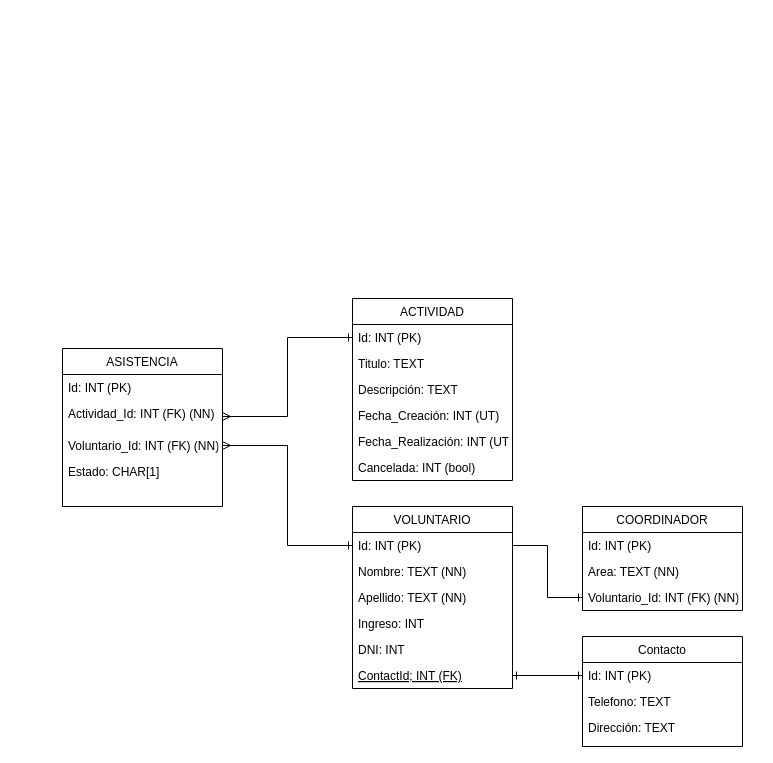
Earlier version of the draw.io diagram dragrama-fisico.drawio (DDamianoff/Scavenger-Oversight). Source tidied: cells renumbered, new cells numbered last; positions are measured from the earlier drawing's top-left corner, leaving out a move shared by most shapes. Both pictures are drawn from the tidied source at 100%, with x=0, y=0 at pixel (62, 298).
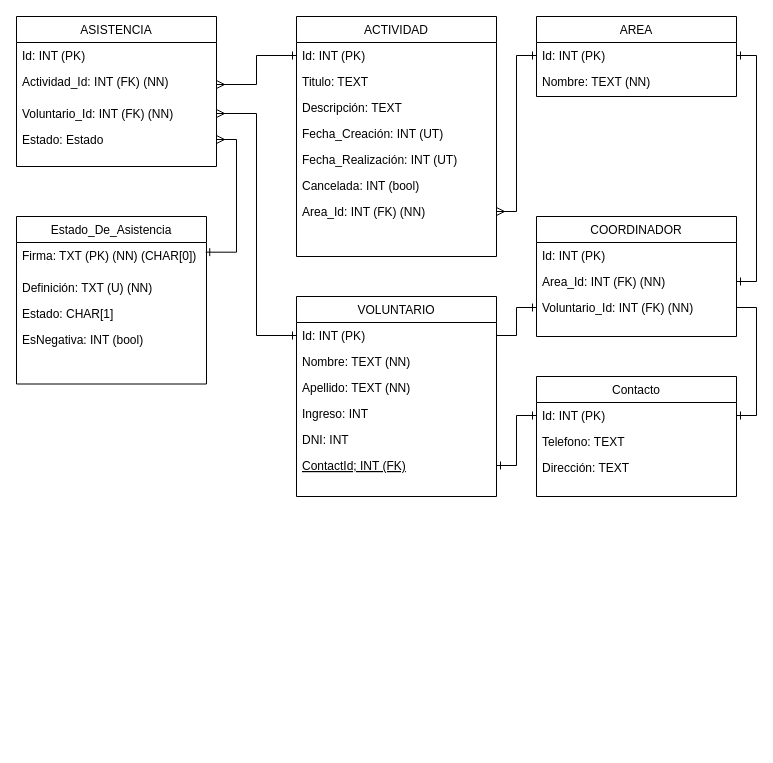
After the change.

Commit message:
Normalizacion y otros en dragrama-fisico.drawio

Change to the diagram source:
```diff
@@
     <mxCell id="2" value="VOLUNTARIO" style="swimlane;fontStyle=0;align=center;verticalAlign=top;horizontal=1;startSize=26;rounded=0;shadow=0;strokeWidth=1;" parent="1" vertex="1">
-      <mxGeometry x="290" y="208" width="160" height="182" as="geometry" />
+      <mxGeometry x="234" y="-2" width="200" height="200" as="geometry" />
     </mxCell>
     <mxCell id="3" value="Id: INT (PK)" style="text;align=left;verticalAlign=top;spacingLeft=4;spacingRight=4;overflow=hidden;points=[[0,0.5],[1,0.5]];portConstraint=eastwest;" parent="2" vertex="1">
-      <mxGeometry y="26" width="160" height="26" as="geometry" />
+      <mxGeometry y="26" width="200" height="26" as="geometry" />
     </mxCell>
     <mxCell id="4" value="Nombre: TEXT (NN)" style="text;align=left;verticalAlign=top;spacingLeft=4;spacingRight=4;overflow=hidden;rounded=0;shadow=0;html=0;" parent="2" vertex="1">
-      <mxGeometry y="52" width="160" height="26" as="geometry" />
+      <mxGeometry y="52" width="200" height="26" as="geometry" />
     </mxCell>
     <mxCell id="5" value="Apellido: TEXT (NN)&#10;" style="text;align=left;verticalAlign=top;spacingLeft=4;spacingRight=4;overflow=hidden;rounded=0;shadow=0;html=0;" parent="2" vertex="1">
-      <mxGeometry y="78" width="160" height="26" as="geometry" />
+      <mxGeometry y="78" width="200" height="26" as="geometry" />
     </mxCell>
     <mxCell id="6" value="Ingreso: INT&#10;" style="text;align=left;verticalAlign=top;spacingLeft=4;spacingRight=4;overflow=hidden;rounded=0;shadow=0;html=0;" parent="2" vertex="1">
-      <mxGeometry y="104" width="160" height="26" as="geometry" />
+      <mxGeometry y="104" width="200" height="26" as="geometry" />
     </mxCell>
     <mxCell id="7" value="DNI: INT&#10;" style="text;align=left;verticalAlign=top;spacingLeft=4;spacingRight=4;overflow=hidden;rounded=0;shadow=0;html=0;" parent="2" vertex="1">
-      <mxGeometry y="130" width="160" height="26" as="geometry" />
+      <mxGeometry y="130" width="200" height="26" as="geometry" />
     </mxCell>
     <mxCell id="8" value="ContactId; INT (FK)" style="text;align=left;verticalAlign=top;spacingLeft=4;spacingRight=4;overflow=hidden;points=[[0,0.5],[1,0.5]];portConstraint=eastwest;fontStyle=4;" parent="2" vertex="1">
-      <mxGeometry y="156" width="160" height="26" as="geometry" />
+      <mxGeometry y="156" width="200" height="26" as="geometry" />
     </mxCell>
     <mxCell id="9" value="Contacto" style="swimlane;fontStyle=0;align=center;verticalAlign=top;horizontal=1;startSize=26;rounded=0;shadow=0;strokeWidth=1;" parent="1" vertex="1">
-      <mxGeometry x="520" y="338" width="160" height="110" as="geometry" />
+      <mxGeometry x="474" y="78" width="200" height="120" as="geometry" />
     </mxCell>
     <mxCell id="10" value="Id: INT (PK)" style="text;align=left;verticalAlign=top;spacingLeft=4;spacingRight=4;overflow=hidden;points=[[0,0.5],[1,0.5]];portConstraint=eastwest;" parent="9" vertex="1">
-      <mxGeometry y="26" width="160" height="26" as="geometry" />
+      <mxGeometry y="26" width="200" height="26" as="geometry" />
     </mxCell>
     <mxCell id="11" value="Telefono: TEXT " style="text;align=left;verticalAlign=top;spacingLeft=4;spacingRight=4;overflow=hidden;rounded=0;shadow=0;html=0;" parent="9" vertex="1">
-      <mxGeometry y="52" width="160" height="26" as="geometry" />
+      <mxGeometry y="52" width="200" height="26" as="geometry" />
     </mxCell>
     <mxCell id="12" value="Dirección: TEXT&#10;" style="text;align=left;verticalAlign=top;spacingLeft=4;spacingRight=4;overflow=hidden;rounded=0;shadow=0;html=0;" parent="9" vertex="1">
-      <mxGeometry y="78" width="160" height="26" as="geometry" />
+      <mxGeometry y="78" width="200" height="26" as="geometry" />
     </mxCell>
@@
     <mxCell id="14" value="ACTIVIDAD" style="swimlane;fontStyle=0;align=center;verticalAlign=top;horizontal=1;startSize=26;rounded=0;shadow=0;strokeWidth=1;" parent="1" vertex="1">
-      <mxGeometry x="290" width="160" height="182" as="geometry" />
+      <mxGeometry x="234" y="-282" width="200" height="240" as="geometry" />
     </mxCell>
     <mxCell id="15" value="Id: INT (PK)" style="text;align=left;verticalAlign=top;spacingLeft=4;spacingRight=4;overflow=hidden;points=[[0,0.5],[1,0.5]];portConstraint=eastwest;" parent="14" vertex="1">
-      <mxGeometry y="26" width="160" height="26" as="geometry" />
+      <mxGeometry y="26" width="200" height="26" as="geometry" />
     </mxCell>
     <mxCell id="16" value="Titulo: TEXT " style="text;align=left;verticalAlign=top;spacingLeft=4;spacingRight=4;overflow=hidden;" parent="14" vertex="1">
-      <mxGeometry y="52" width="160" height="26" as="geometry" />
+      <mxGeometry y="52" width="200" height="26" as="geometry" />
     </mxCell>
     <mxCell id="17" value="Descripción: TEXT " style="text;align=left;verticalAlign=top;spacingLeft=4;spacingRight=4;overflow=hidden;" parent="14" vertex="1">
-      <mxGeometry y="78" width="160" height="26" as="geometry" />
+      <mxGeometry y="78" width="200" height="26" as="geometry" />
     </mxCell>
     <mxCell id="18" value="Fecha_Creación: INT (UT)" style="text;align=left;verticalAlign=top;spacingLeft=4;spacingRight=4;overflow=hidden;" parent="14" vertex="1">
-      <mxGeometry y="104" width="160" height="26" as="geometry" />
+      <mxGeometry y="104" width="200" height="26" as="geometry" />
     </mxCell>
     <mxCell id="19" value="Fecha_Realización: INT (UT)" style="text;align=left;verticalAlign=top;spacingLeft=4;spacingRight=4;overflow=hidden;" parent="14" vertex="1">
-      <mxGeometry y="130" width="160" height="26" as="geometry" />
+      <mxGeometry y="130" width="200" height="26" as="geometry" />
     </mxCell>
     <mxCell id="20" value="Cancelada: INT (bool) " style="text;align=left;verticalAlign=top;spacingLeft=4;spacingRight=4;overflow=hidden;" parent="14" vertex="1">
-      <mxGeometry y="156" width="160" height="26" as="geometry" />
+      <mxGeometry y="156" width="200" height="26" as="geometry" />
     </mxCell>
+    <mxCell id="33" value="Area_Id: INT (FK) (NN) " style="text;align=left;verticalAlign=top;spacingLeft=4;spacingRight=4;overflow=hidden;points=[[0,0.5],[1,0.5]];portConstraint=eastwest;" parent="14" vertex="1">
+      <mxGeometry y="182" width="200" height="26" as="geometry" />
+    </mxCell>
     <mxCell id="21" value="ASISTENCIA" style="swimlane;fontStyle=0;align=center;verticalAlign=top;horizontal=1;startSize=26;rounded=0;shadow=0;strokeWidth=1;" parent="1" vertex="1">
-      <mxGeometry y="50" width="160" height="158" as="geometry" />
+      <mxGeometry x="-46" y="-282" width="200" height="150" as="geometry" />
     </mxCell>
     <mxCell id="22" value="Id: INT (PK)" style="text;align=left;verticalAlign=top;spacingLeft=4;spacingRight=4;overflow=hidden;" parent="21" vertex="1">
-      <mxGeometry y="26" width="160" height="26" as="geometry" />
+      <mxGeometry y="26" width="200" height="26" as="geometry" />
     </mxCell>
     <mxCell id="23" value="Actividad_Id: INT (FK) (NN)" style="text;align=left;verticalAlign=top;spacingLeft=4;spacingRight=4;overflow=hidden;points=[[0,0.5],[1,0.5]];portConstraint=eastwest;" parent="21" vertex="1">
-      <mxGeometry y="52" width="160" height="32" as="geometry" />
+      <mxGeometry y="52" width="200" height="32" as="geometry" />
     </mxCell>
     <mxCell id="24" value="Voluntario_Id: INT (FK) (NN)" style="text;align=left;verticalAlign=top;spacingLeft=4;spacingRight=4;overflow=hidden;points=[[0,0.5],[1,0.5]];portConstraint=eastwest;" parent="21" vertex="1">
-      <mxGeometry y="84" width="160" height="26" as="geometry" />
+      <mxGeometry y="84" width="200" height="26" as="geometry" />
     </mxCell>
-    <mxCell id="25" value="Estado: CHAR[1]" style="text;align=left;verticalAlign=top;spacingLeft=4;spacingRight=4;overflow=hidden;points=[[0,0.5],[1,0.5]];portConstraint=eastwest;" parent="21" vertex="1">
-      <mxGeometry y="110" width="160" height="26" as="geometry" />
+    <mxCell id="25" value="Estado: Estado" style="text;align=left;verticalAlign=top;spacingLeft=4;spacingRight=4;overflow=hidden;points=[[0,0.5],[1,0.5]];portConstraint=eastwest;" parent="21" vertex="1">
+      <mxGeometry y="110" width="200" height="26" as="geometry" />
     </mxCell>
@@
     <mxCell id="28" value="COORDINADOR" style="swimlane;fontStyle=0;align=center;verticalAlign=top;horizontal=1;startSize=26;rounded=0;shadow=0;strokeWidth=1;" parent="1" vertex="1">
-      <mxGeometry x="520" y="208" width="160" height="104" as="geometry" />
+      <mxGeometry x="474" y="-82" width="200" height="120" as="geometry" />
     </mxCell>
     <mxCell id="29" value="Id: INT (PK)" style="text;align=left;verticalAlign=top;spacingLeft=4;spacingRight=4;overflow=hidden;" parent="28" vertex="1">
-      <mxGeometry y="26" width="160" height="26" as="geometry" />
+      <mxGeometry y="26" width="200" height="26" as="geometry" />
     </mxCell>
-    <mxCell id="30" value="Area: TEXT (NN)" style="text;align=left;verticalAlign=top;spacingLeft=4;spacingRight=4;overflow=hidden;points=[[0,0.5],[1,0.5]];portConstraint=eastwest;" parent="28" vertex="1">
-      <mxGeometry y="52" width="160" height="26" as="geometry" />
+    <mxCell id="30" value="Area_Id: INT (FK) (NN)" style="text;align=left;verticalAlign=top;spacingLeft=4;spacingRight=4;overflow=hidden;points=[[0,0.5],[1,0.5]];portConstraint=eastwest;" parent="28" vertex="1">
+      <mxGeometry y="52" width="200" height="26" as="geometry" />
     </mxCell>
     <mxCell id="31" value="Voluntario_Id: INT (FK) (NN)" style="text;align=left;verticalAlign=top;spacingLeft=4;spacingRight=4;overflow=hidden;points=[[0,0.5],[1,0.5]];portConstraint=eastwest;" parent="28" vertex="1">
-      <mxGeometry y="78" width="160" height="26" as="geometry" />
+      <mxGeometry y="78" width="200" height="26" as="geometry" />
     </mxCell>
-    <mxCell id="32" style="edgeStyle=orthogonalEdgeStyle;rounded=0;jettySize=auto;html=1;entryX=1;entryY=0.5;entryDx=0;entryDy=0;startArrow=ERone;startFill=0;endArrow=none;endFill=0;" parent="1" edge="1" source="31" target="3">
+    <mxCell id="32" style="edgeStyle=orthogonalEdgeStyle;rounded=0;jettySize=auto;html=1;startArrow=ERone;startFill=0;endArrow=none;endFill=0;" parent="1" edge="1" source="31" target="3">
       <mxGeometry relative="1" as="geometry" />
     </mxCell>
+    <mxCell id="34" value="AREA" style="swimlane;fontStyle=0;align=center;verticalAlign=top;horizontal=1;startSize=26;rounded=0;shadow=0;strokeWidth=1;" parent="1" vertex="1">
+      <mxGeometry x="474" y="-282" width="200" height="80" as="geometry" />
+    </mxCell>
+    <mxCell id="35" value="Id: INT (PK)" style="text;align=left;verticalAlign=top;spacingLeft=4;spacingRight=4;overflow=hidden;points=[[0,0.5],[1,0.5]];portConstraint=eastwest;" parent="34" vertex="1">
+      <mxGeometry y="26" width="200" height="26" as="geometry" />
+    </mxCell>
+    <mxCell id="36" value="Nombre: TEXT (NN)" style="text;align=left;verticalAlign=top;spacingLeft=4;spacingRight=4;overflow=hidden;" parent="34" vertex="1">
+      <mxGeometry y="52" width="200" height="26" as="geometry" />
+    </mxCell>
+    <mxCell id="37" style="edgeStyle=orthogonalEdgeStyle;rounded=0;jettySize=auto;html=1;entryX=1;entryY=0.5;entryDx=0;entryDy=0;startArrow=ERone;startFill=0;endArrow=ERone;endFill=0;exitX=1;exitY=0.5;exitDx=0;exitDy=0;" parent="1" edge="1" source="30" target="35">
+      <mxGeometry relative="1" as="geometry" />
+    </mxCell>
+    <mxCell id="38" style="edgeStyle=orthogonalEdgeStyle;rounded=0;jettySize=auto;html=1;entryX=0;entryY=0.5;entryDx=0;entryDy=0;startArrow=ERmany;startFill=0;endArrow=ERone;endFill=0;" parent="1" edge="1" source="33" target="35">
+      <mxGeometry relative="1" as="geometry" />
+    </mxCell>
+    <mxCell id="39" style="edgeStyle=orthogonalEdgeStyle;rounded=0;jettySize=auto;html=1;exitX=1;exitY=0.5;exitDx=0;exitDy=0;entryX=1;entryY=0.5;entryDx=0;entryDy=0;startArrow=none;startFill=0;endArrow=ERone;endFill=0;" parent="1" edge="1" source="31" target="10">
+      <mxGeometry relative="1" as="geometry" />
+    </mxCell>
+    <mxCell id="40" value="Estado_De_Asistencia" style="swimlane;fontStyle=0;align=center;verticalAlign=top;horizontal=1;startSize=26;rounded=0;shadow=0;strokeWidth=1;" parent="1" vertex="1">
+      <mxGeometry x="-46" y="-82" width="190" height="167.5" as="geometry" />
+    </mxCell>
+    <mxCell id="41" value="Firma: TXT (PK) (NN) (CHAR[0])" style="text;align=left;verticalAlign=top;spacingLeft=4;spacingRight=4;overflow=hidden;points=[[0,0.5],[1,0.5]];portConstraint=eastwest;" parent="40" vertex="1">
+      <mxGeometry y="26" width="190" height="32" as="geometry" />
+    </mxCell>
+    <mxCell id="42" value="Definición: TXT (U) (NN)" style="text;align=left;verticalAlign=top;spacingLeft=4;spacingRight=4;overflow=hidden;" parent="40" vertex="1">
+      <mxGeometry y="58" width="190" height="26" as="geometry" />
+    </mxCell>
+    <mxCell id="43" value="Estado: CHAR[1]" style="text;align=left;verticalAlign=top;spacingLeft=4;spacingRight=4;overflow=hidden;" parent="40" vertex="1">
+      <mxGeometry y="84" width="190" height="26" as="geometry" />
+    </mxCell>
+    <mxCell id="44" value="EsNegativa: INT (bool)" style="text;align=left;verticalAlign=top;spacingLeft=4;spacingRight=4;overflow=hidden;" parent="40" vertex="1">
+      <mxGeometry y="110" width="190" height="26" as="geometry" />
+    </mxCell>
+    <mxCell id="45" style="edgeStyle=orthogonalEdgeStyle;rounded=0;jettySize=auto;html=1;entryX=1;entryY=0.5;entryDx=0;entryDy=0;startArrow=ERone;startFill=0;endArrow=ERmany;endFill=0;exitX=0.996;exitY=0.302;exitDx=0;exitDy=0;exitPerimeter=0;" parent="1" edge="1" source="41" target="25">
+      <mxGeometry relative="1" as="geometry" />
+    </mxCell>
```
